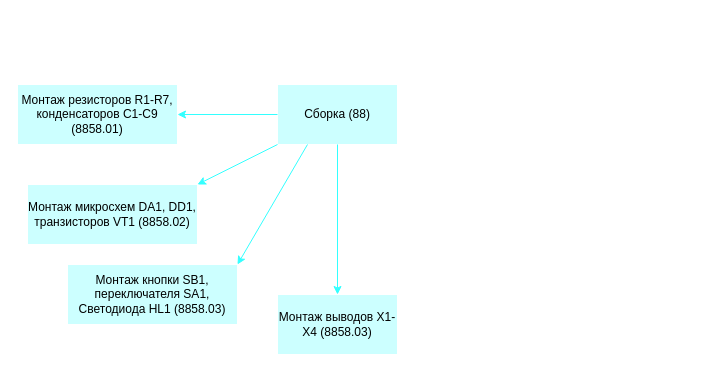
Before: Диаграмма без названия.drawio in Mrw0lf14/semestr7, a draw.io diagram. Source tidied: cells renumbered, new cells numbered last; positions are measured from the earlier drawing's top-left corner, leaving out a move shared by most shapes. Both pictures are drawn from the tidied source at 100%, with x=0, y=0 at pixel (17, 84).
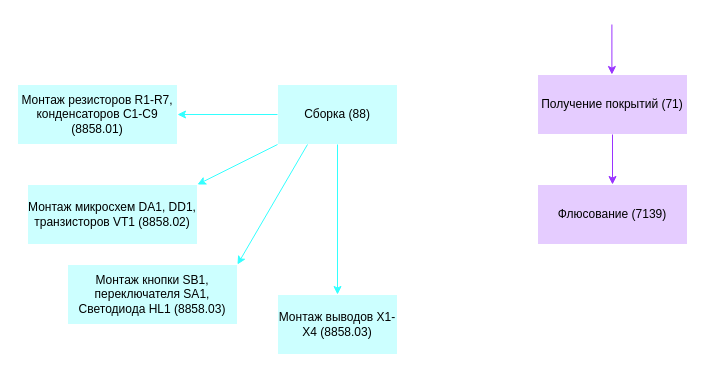
The same page after the edit.

Change to the diagram source:
```diff
@@
 <mxGraphModel>
   <root>
     <mxCell id="0" />
     <mxCell id="1" parent="0" />
     <mxCell id="2" value="Сборка (88)" style="rounded=0;whiteSpace=wrap;html=1;strokeColor=#FFFFFF;fillColor=#CCFFFF;" parent="1" vertex="1">
       <mxGeometry x="260" width="120" height="60" as="geometry" />
     </mxCell>
     <mxCell id="3" value="Монтаж резисторов R1-R7, конденсаторов C1-C9 (8858.01)" style="rounded=0;whiteSpace=wrap;html=1;strokeColor=#FFFFFF;fillColor=#CCFFFF;" parent="1" vertex="1">
       <mxGeometry width="160" height="60" as="geometry" />
     </mxCell>
     <mxCell id="4" value="Монтаж микросхем DA1, DD1, транзисторов VT1 (8858.02)" style="rounded=0;whiteSpace=wrap;html=1;strokeColor=#FFFFFF;fillColor=#CCFFFF;" parent="1" vertex="1">
       <mxGeometry x="10" y="100" width="170" height="60" as="geometry" />
     </mxCell>
     <mxCell id="5" value="Монтаж выводов X1-X4 (8858.03)" style="rounded=0;whiteSpace=wrap;html=1;strokeColor=#FFFFFF;fillColor=#CCFFFF;" parent="1" vertex="1">
       <mxGeometry x="260" y="210" width="120" height="60" as="geometry" />
     </mxCell>
     <mxCell id="6" value="Монтаж кнопки SB1, переключателя SA1, Светодиода HL1 (8858.03)" style="rounded=0;whiteSpace=wrap;html=1;strokeColor=#FFFFFF;fillColor=#CCFFFF;" parent="1" vertex="1">
       <mxGeometry x="50" y="180" width="170" height="60" as="geometry" />
     </mxCell>
     <mxCell id="7" style="endArrow=classic;html=1;rounded=0;entryX=1;entryY=0.5;entryDx=0;entryDy=0;exitX=0;exitY=0.5;exitDx=0;exitDy=0;strokeColor=#33FFFF;" parent="1" edge="1" source="2" target="3">
       <mxGeometry relative="1" as="geometry" />
     </mxCell>
     <mxCell id="8" style="endArrow=classic;html=1;rounded=0;entryX=1;entryY=0;entryDx=0;entryDy=0;exitX=0;exitY=1;exitDx=0;exitDy=0;strokeColor=#33FFFF;" parent="1" edge="1" source="2" target="4">
       <mxGeometry relative="1" as="geometry" />
     </mxCell>
     <mxCell id="9" style="endArrow=classic;html=1;rounded=0;entryX=1;entryY=0;entryDx=0;entryDy=0;exitX=0.25;exitY=1;exitDx=0;exitDy=0;strokeColor=#33FFFF;" parent="1" edge="1" source="2" target="6">
       <mxGeometry relative="1" as="geometry" />
     </mxCell>
     <mxCell id="10" style="endArrow=classic;html=1;rounded=0;entryX=0.5;entryY=0;entryDx=0;entryDy=0;exitX=0.5;exitY=1;exitDx=0;exitDy=0;strokeColor=#33FFFF;" parent="1" edge="1" source="2" target="5">
       <mxGeometry relative="1" as="geometry" />
     </mxCell>
+    <mxCell id="11" value="Получение покрытий (71)" style="rounded=0;whiteSpace=wrap;html=1;strokeColor=#FFFFFF;fillColor=#E5CCFF;" parent="1" vertex="1">
+      <mxGeometry x="520" y="-10" width="150" height="60" as="geometry" />
+    </mxCell>
+    <mxCell id="12" value="Флюсование (7139)" style="rounded=0;whiteSpace=wrap;html=1;strokeColor=#FFFFFF;fillColor=#E5CCFF;" parent="1" vertex="1">
+      <mxGeometry x="520" y="100" width="150" height="60" as="geometry" />
+    </mxCell>
+    <mxCell id="13" style="endArrow=classic;html=1;rounded=0;strokeColor=#9933FF;exitX=0.5;exitY=1;exitDx=0;exitDy=0;entryX=0.5;entryY=0;entryDx=0;entryDy=0;" parent="1" edge="1" source="11" target="12">
+      <mxGeometry relative="1" as="geometry" />
+    </mxCell>
+    <mxCell id="14" style="endArrow=classic;html=1;rounded=0;strokeColor=#9933FF;exitX=0.5;exitY=1;exitDx=0;exitDy=0;entryX=0.5;entryY=0;entryDx=0;entryDy=0;" parent="1" edge="1">
+      <mxGeometry relative="1" as="geometry">
+        <mxPoint x="594.4" y="-60" as="sourcePoint" />
+        <mxPoint x="594.4" y="-10" as="targetPoint" />
+      </mxGeometry>
+    </mxCell>
   </root>
 </mxGraphModel>
```
